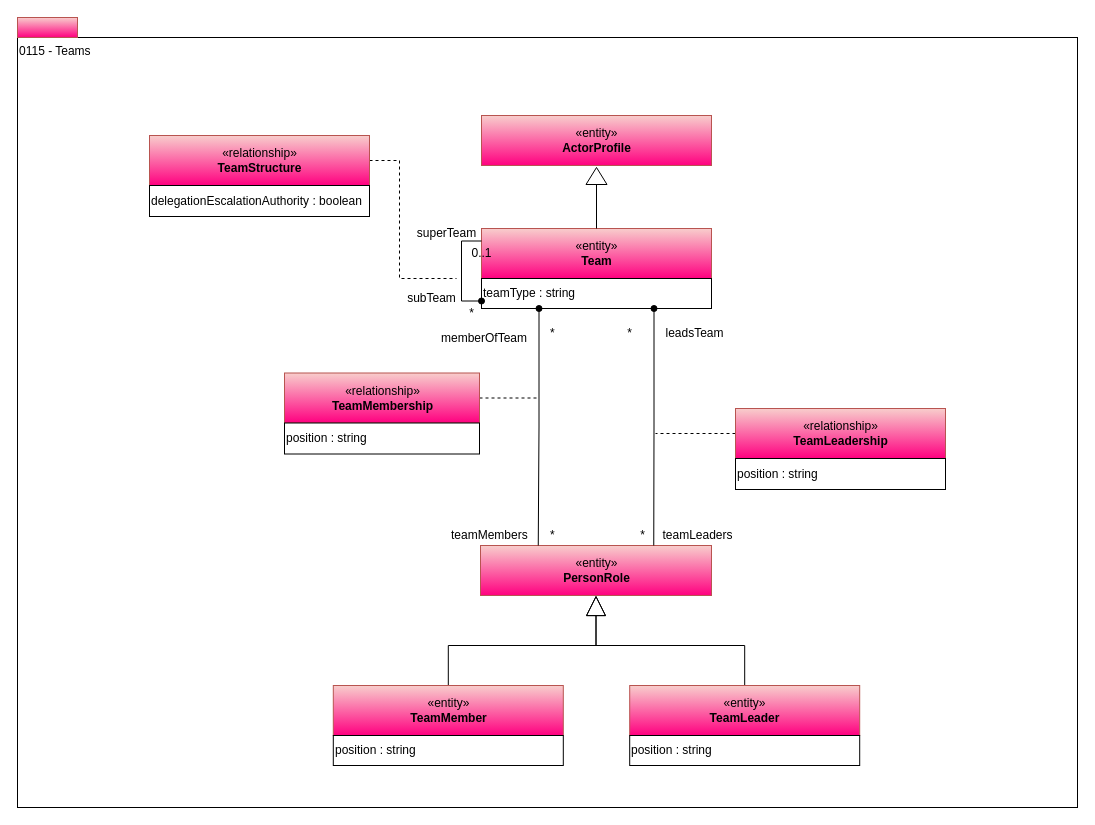
Earlier version of the draw.io diagram page "0115-Teams" (4 of 13) of site/docs/types/1/area-1-collaboration.drawio (odpi/egeria-docs). Source tidied: cells renumbered, new cells numbered last; positions are measured from the earlier drawing's top-left corner, leaving out a move shared by most shapes. Both pictures are drawn from the tidied source at 100%, with x=0, y=0 at pixel (17, 17).
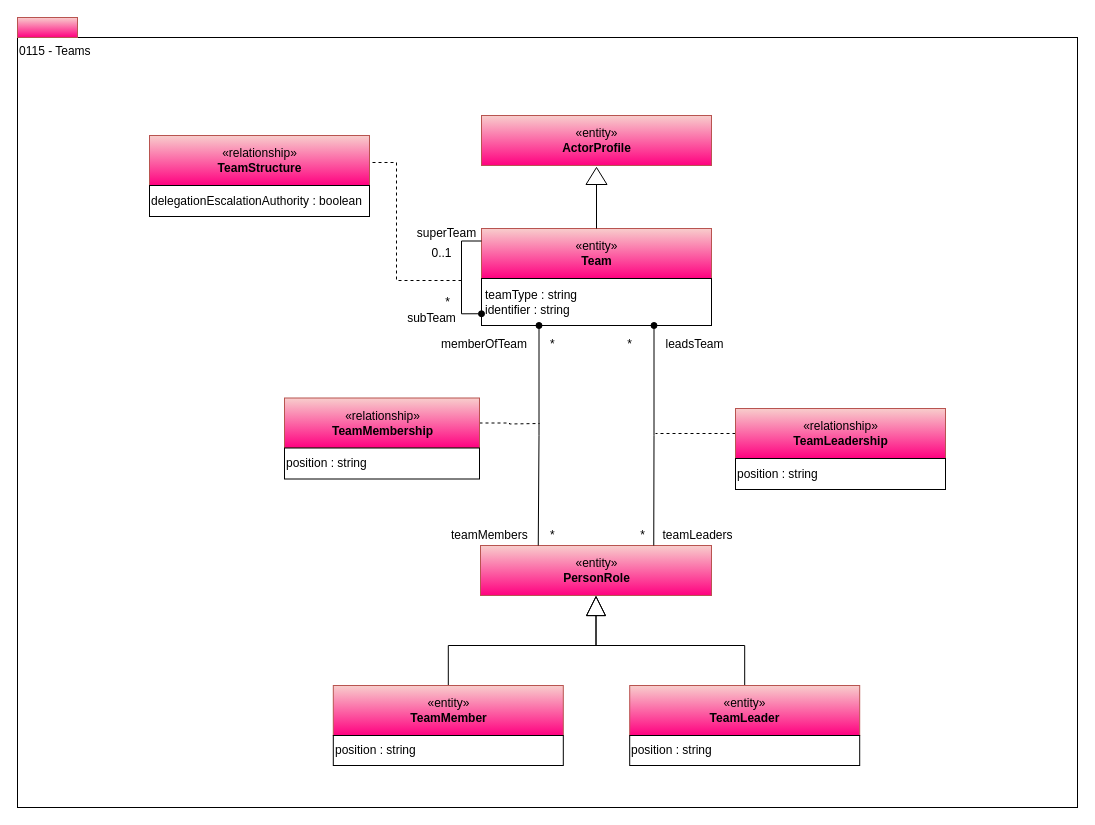
After the change.

Unchanged cells that the change refers to:
```xml
<mxCell id="17" value="«relationship»&lt;br&gt;&lt;b&gt;TeamStructure&lt;/b&gt;" style="html=1;strokeColor=#b85450;align=center;fillColor=#f8cecc;gradientColor=#FF0080;" parent="1" vertex="1">
  <mxGeometry x="132" y="118" width="220" height="50" as="geometry" />
</mxCell>
```

Diff of the diagram source:
```diff
@@
-    <mxCell id="5" value="teamType : string&lt;br&gt;" style="rounded=0;whiteSpace=wrap;html=1;align=left;" parent="1" vertex="1">
-      <mxGeometry x="464" y="261" width="230" height="30" as="geometry" />
+    <mxCell id="5" value="teamType : string&lt;br&gt;identifier : string" style="rounded=0;whiteSpace=wrap;html=1;align=left;spacingLeft=2;" parent="1" vertex="1">
+      <mxGeometry x="464" y="261" width="230" height="47" as="geometry" />
     </mxCell>
@@
     <mxCell id="11" value="*" style="text;html=1;align=center;verticalAlign=top;spacingTop=-4;" parent="1" vertex="1">
-      <mxGeometry x="602" y="306" width="20" height="20" as="geometry" />
+      <mxGeometry x="602" y="317" width="20" height="20" as="geometry" />
     </mxCell>
@@
     <mxCell id="13" value="leadsTeam" style="text;html=1;align=center;verticalAlign=top;spacingTop=-4;" parent="1" vertex="1">
-      <mxGeometry x="642" y="306" width="70" height="20" as="geometry" />
+      <mxGeometry x="642" y="317" width="70" height="20" as="geometry" />
     </mxCell>
@@
-    <mxCell id="16" style="edgeStyle=orthogonalEdgeStyle;rounded=0;html=1;endArrow=none;endFill=0;jettySize=auto;dashed=1;" parent="1" edge="1" source="17">
+    <mxCell id="16" style="edgeStyle=orthogonalEdgeStyle;rounded=0;html=1;endArrow=none;endFill=0;jettySize=auto;orthogonalLoop=1;dashed=1;" parent="1" edge="1">
       <mxGeometry relative="1" as="geometry">
-        <mxPoint x="439" y="261" as="targetPoint" />
+        <mxPoint x="349" y="145" as="sourcePoint" />
+        <mxPoint x="444" y="263" as="targetPoint" />
         <Array as="points">
-          <mxPoint x="382" y="143" />
-          <mxPoint x="382" y="261" />
+          <mxPoint x="379" y="145" />
+          <mxPoint x="379" y="263" />
         </Array>
       </mxGeometry>
     </mxCell>
@@
     <mxCell id="19" value="0..1" style="text;html=1;align=center;verticalAlign=top;spacingTop=-4;" parent="1" vertex="1">
-      <mxGeometry x="444" y="226" width="40" height="20" as="geometry" />
+      <mxGeometry x="404" y="226" width="40" height="20" as="geometry" />
     </mxCell>
     <mxCell id="20" value="*" style="text;html=1;align=center;verticalAlign=top;spacingTop=-4;" parent="1" vertex="1">
-      <mxGeometry x="444" y="286" width="20" height="20" as="geometry" />
+      <mxGeometry x="420" y="274.5" width="20" height="20" as="geometry" />
     </mxCell>
@@
     <mxCell id="22" value="subTeam" style="text;html=1;align=center;verticalAlign=top;spacingTop=-4;" parent="1" vertex="1">
-      <mxGeometry x="384" y="271" width="60" height="20" as="geometry" />
+      <mxGeometry x="384" y="290.5" width="60" height="20" as="geometry" />
     </mxCell>
@@
     <mxCell id="24" style="edgeStyle=orthogonalEdgeStyle;rounded=0;html=1;exitX=1;exitY=0.5;dashed=1;endArrow=none;endFill=0;jettySize=auto;" parent="1" edge="1" source="25">
       <mxGeometry relative="1" as="geometry">
-        <mxPoint x="522" y="380.5" as="targetPoint" />
+        <mxPoint x="522" y="406" as="targetPoint" />
       </mxGeometry>
     </mxCell>
     <mxCell id="25" value="«relationship»&lt;br&gt;&lt;b&gt;TeamMembership&lt;/b&gt;" style="html=1;strokeColor=#b85450;align=center;fillColor=#f8cecc;gradientColor=#FF0080;" parent="1" vertex="1">
-      <mxGeometry x="267" y="355.5" width="195" height="50" as="geometry" />
+      <mxGeometry x="267" y="380.5" width="195" height="50" as="geometry" />
     </mxCell>
     <mxCell id="26" value="position : string" style="rounded=0;whiteSpace=wrap;html=1;strokeColor=#000000;gradientColor=#ffffff;align=left;" parent="1" vertex="1">
-      <mxGeometry x="267" y="405.5" width="195" height="31" as="geometry" />
+      <mxGeometry x="267" y="430.5" width="195" height="31" as="geometry" />
     </mxCell>
@@
     <mxCell id="29" value="*" style="text;html=1;align=left;verticalAlign=top;spacingTop=-4;" parent="1" vertex="1">
-      <mxGeometry x="530.5" y="306" width="20" height="20" as="geometry" />
+      <mxGeometry x="530.5" y="317" width="20" height="20" as="geometry" />
     </mxCell>
     <mxCell id="30" value="memberOfTeam" style="text;html=1;align=left;verticalAlign=top;spacingTop=-4;" parent="1" vertex="1">
-      <mxGeometry x="422" y="310.5" width="100" height="20" as="geometry" />
+      <mxGeometry x="422" y="317" width="100" height="20" as="geometry" />
     </mxCell>
```
